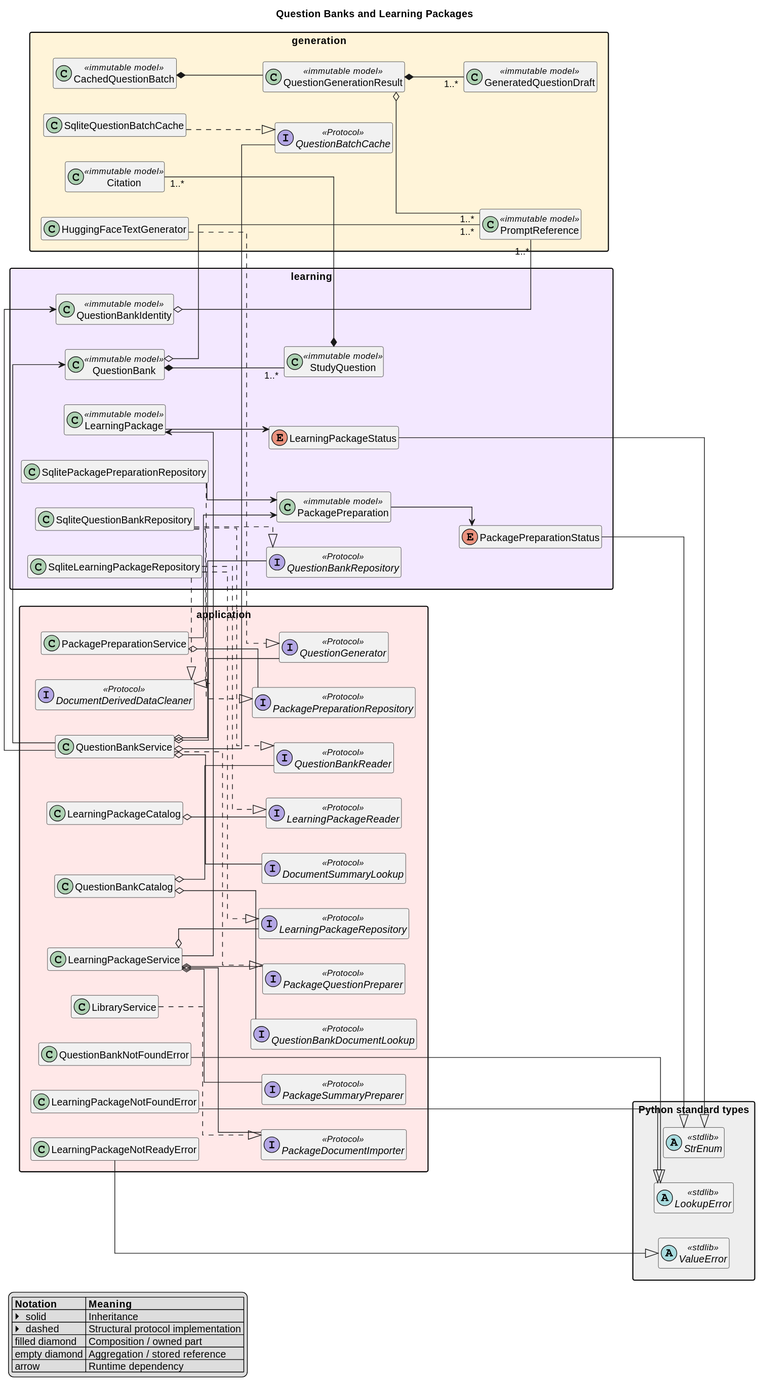
This is docs/diagrams/question-banks-packages.svg from ebe542/rag-learning-assistant, a PlantUML export, as it was before one commit.
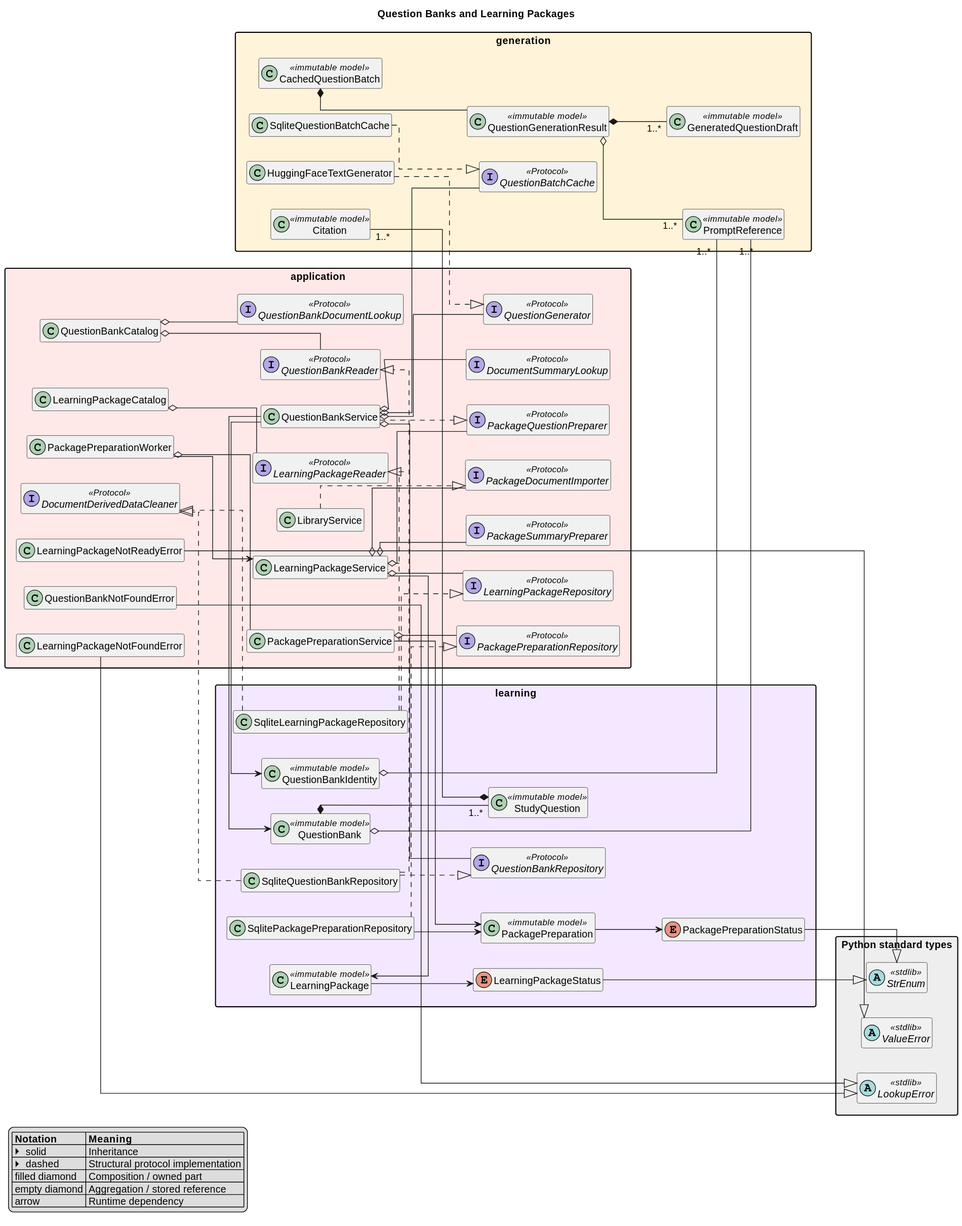
After the commit.

Diff of the diagram source:
```diff
@@ -49,6 +49,7 @@
   class LearningPackageCatalog
   class LearningPackageService
   class PackagePreparationService
+  class PackagePreparationWorker
   class LibraryService
   class QuestionBankNotFoundError
   class LearningPackageNotFoundError
@@ -82,6 +83,8 @@
 SqlitePackagePreparationRepository ..|> PackagePreparationRepository
 PackagePreparationService o-- PackagePreparationRepository
 PackagePreparationService --> PackagePreparation
+PackagePreparationWorker o-- PackagePreparationService
+PackagePreparationWorker --> LearningPackageService
 SqliteLearningPackageRepository ..|> LearningPackageRepository
 SqliteLearningPackageRepository ..|> LearningPackageReader
 SqliteLearningPackageRepository ..|> DocumentDerivedDataCleaner
```
